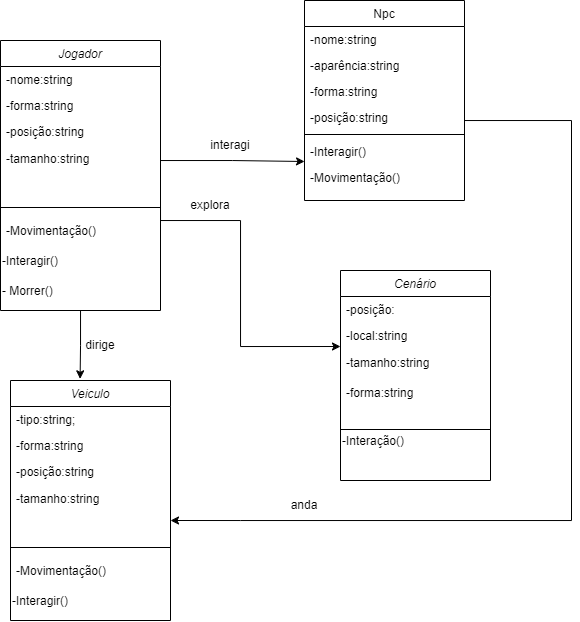
Earlier version of the draw.io export diagrama musical.drawio.png (lucasnoelgb/2jdprojetomusica). Source tidied: cells renumbered, new cells last; positions are measured from the earlier drawing's top-left corner, leaving out a move shared by most shapes.
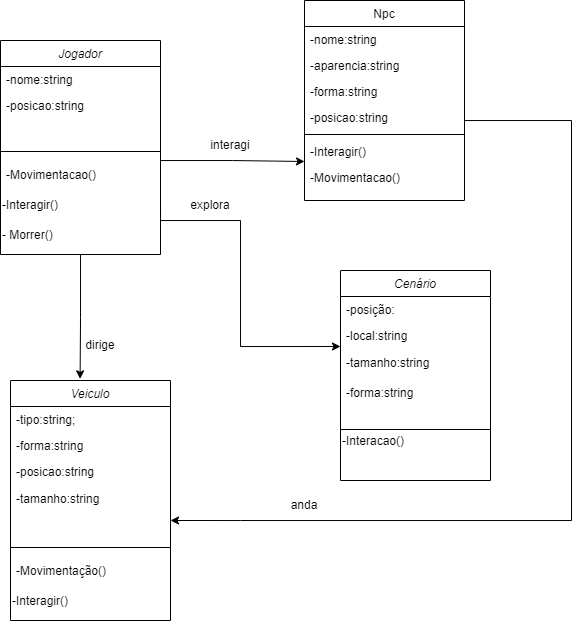
The same diagram one commit later.

Commit message:
arrumando diagrama

Diff of the diagram source:
```diff
@@ -23,31 +23,25 @@
       </mxGeometry>
     </mxCell>
     <mxCell id="4" value="Jogador" style="swimlane;fontStyle=2;align=center;verticalAlign=top;horizontal=1;startSize=26;rounded=0;shadow=0;strokeWidth=1;" parent="1" vertex="1">
-      <mxGeometry y="40" width="160" height="270" as="geometry" />
+      <mxGeometry y="40" width="160" height="214" as="geometry" />
     </mxCell>
     <mxCell id="5" value="-nome:string&#10;" style="text;align=left;verticalAlign=top;spacingLeft=4;spacingRight=4;overflow=hidden;" parent="4" vertex="1">
       <mxGeometry y="26" width="160" height="26" as="geometry" />
     </mxCell>
-    <mxCell id="6" value="-forma:string&#10;" style="text;align=left;verticalAlign=top;spacingLeft=4;spacingRight=4;overflow=hidden;rounded=0;shadow=0;html=0;" parent="4" vertex="1">
-      <mxGeometry y="52" width="160" height="26" as="geometry" />
-    </mxCell>
-    <mxCell id="7" value="-posição:string" style="text;align=left;verticalAlign=top;spacingLeft=4;spacingRight=4;overflow=hidden;rounded=0;shadow=0;html=0;" parent="4" vertex="1">
-      <mxGeometry y="78" width="160" height="26" as="geometry" />
+    <mxCell id="7" value="-posicao:string" style="text;align=left;verticalAlign=top;spacingLeft=4;spacingRight=4;overflow=hidden;rounded=0;shadow=0;html=0;" parent="4" vertex="1">
+      <mxGeometry y="52" width="160" height="26" as="geometry" />
     </mxCell>
-    <mxCell id="8" value="-tamanho:string" style="text;html=1;align=left;verticalAlign=middle;strokeColor=none;fillColor=none;spacingLeft=4;" parent="4" vertex="1">
-      <mxGeometry y="104" width="160" height="30" as="geometry" />
-    </mxCell>
     <mxCell id="9" style="line;html=1;strokeWidth=1;align=left;verticalAlign=middle;spacingTop=-1;spacingLeft=3;spacingRight=3;labelPosition=right;" parent="4" vertex="1">
-      <mxGeometry y="134" width="160" height="66" as="geometry" />
+      <mxGeometry y="78" width="160" height="66" as="geometry" />
     </mxCell>
-    <mxCell id="10" value="-Movimentação()" style="text;align=left;verticalAlign=bottom;spacingLeft=4;spacingRight=4;overflow=hidden;labelPosition=center;verticalLabelPosition=top;" parent="4" vertex="1">
-      <mxGeometry y="200" width="160" height="30" as="geometry" />
+    <mxCell id="10" value="-Movimentacao()" style="text;align=left;verticalAlign=bottom;spacingLeft=4;spacingRight=4;overflow=hidden;labelPosition=center;verticalLabelPosition=top;" parent="4" vertex="1">
+      <mxGeometry y="144" width="160" height="30" as="geometry" />
     </mxCell>
     <mxCell id="11" value="-Interagir()" style="text;html=1;strokeColor=none;fillColor=none;align=left;verticalAlign=bottom;whiteSpace=wrap;rounded=0;labelPosition=center;verticalLabelPosition=top;" parent="4" vertex="1">
-      <mxGeometry y="230" width="160" height="30" as="geometry" />
+      <mxGeometry y="174" width="160" height="30" as="geometry" />
     </mxCell>
     <mxCell id="12" value="- Morrer()" style="text;html=1;strokeColor=none;fillColor=none;align=left;verticalAlign=bottom;whiteSpace=wrap;rounded=0;labelPosition=center;verticalLabelPosition=top;" parent="4" vertex="1">
-      <mxGeometry y="260" width="160" height="10" as="geometry" />
+      <mxGeometry y="204" width="160" height="10" as="geometry" />
     </mxCell>
     <mxCell id="13" value="Npc" style="swimlane;fontStyle=0;align=center;verticalAlign=top;horizontal=1;startSize=26;rounded=0;shadow=0;strokeWidth=1;" parent="1" vertex="1">
       <mxGeometry x="304" width="160" height="200" as="geometry" />
@@ -55,7 +49,7 @@
     <mxCell id="14" value="-nome:string&#10;" style="text;align=left;verticalAlign=top;spacingLeft=4;spacingRight=4;overflow=hidden;" parent="13" vertex="1">
       <mxGeometry y="26" width="160" height="26" as="geometry" />
     </mxCell>
-    <mxCell id="15" value="-aparência:string&#10;" style="text;align=left;verticalAlign=top;spacingLeft=4;spacingRight=4;overflow=hidden;rounded=0;shadow=0;html=0;" parent="13" vertex="1">
+    <mxCell id="15" value="-aparencia:string&#10;" style="text;align=left;verticalAlign=top;spacingLeft=4;spacingRight=4;overflow=hidden;rounded=0;shadow=0;html=0;" parent="13" vertex="1">
       <mxGeometry y="52" width="160" height="26" as="geometry" />
     </mxCell>
     <mxCell id="16" value="-forma:string" style="text;align=left;verticalAlign=top;spacingLeft=4;spacingRight=4;overflow=hidden;rounded=0;shadow=0;html=0;" parent="13" vertex="1">
@@ -71,7 +65,7 @@
         </Array>
       </mxGeometry>
     </mxCell>
-    <mxCell id="18" value="-posição:string" style="text;align=left;verticalAlign=top;spacingLeft=4;spacingRight=4;overflow=hidden;points=[[0,0.5],[1,0.5]];portConstraint=eastwest;rounded=0;shadow=0;html=0;" parent="13" vertex="1">
+    <mxCell id="18" value="-posicao:string" style="text;align=left;verticalAlign=top;spacingLeft=4;spacingRight=4;overflow=hidden;points=[[0,0.5],[1,0.5]];portConstraint=eastwest;rounded=0;shadow=0;html=0;" parent="13" vertex="1">
       <mxGeometry y="104" width="160" height="26" as="geometry" />
     </mxCell>
     <mxCell id="19" style="line;html=1;strokeWidth=1;align=left;verticalAlign=middle;spacingTop=-1;spacingLeft=3;spacingRight=3;labelPosition=right;" parent="13" vertex="1">
@@ -80,7 +74,7 @@
     <mxCell id="20" value="-Interagir()" style="text;align=left;verticalAlign=top;spacingLeft=4;spacingRight=4;overflow=hidden;" parent="13" vertex="1">
       <mxGeometry y="138" width="160" height="26" as="geometry" />
     </mxCell>
-    <mxCell id="21" value="-Movimentação()" style="text;align=left;verticalAlign=top;spacingLeft=4;spacingRight=4;overflow=hidden;" parent="13" vertex="1">
+    <mxCell id="21" value="-Movimentacao()" style="text;align=left;verticalAlign=top;spacingLeft=4;spacingRight=4;overflow=hidden;" parent="13" vertex="1">
       <mxGeometry y="164" width="160" height="26" as="geometry" />
     </mxCell>
     <mxCell id="22" value="Cenário" style="swimlane;fontStyle=2;align=center;verticalAlign=top;horizontal=1;startSize=26;rounded=0;shadow=0;strokeWidth=1;" parent="1" vertex="1">
@@ -104,7 +98,7 @@
     <mxCell id="28" style="line;html=1;strokeWidth=1;align=left;verticalAlign=middle;spacingTop=-1;spacingLeft=3;spacingRight=3;labelPosition=right;" parent="22" vertex="1">
       <mxGeometry y="138" width="150" height="42" as="geometry" />
     </mxCell>
-    <mxCell id="29" value="-Interação()" style="text;html=1;strokeColor=none;fillColor=none;align=left;verticalAlign=bottom;whiteSpace=wrap;rounded=0;horizontal=1;labelPosition=center;verticalLabelPosition=top;" parent="22" vertex="1">
+    <mxCell id="29" value="-Interacao()" style="text;html=1;strokeColor=none;fillColor=none;align=left;verticalAlign=bottom;whiteSpace=wrap;rounded=0;horizontal=1;labelPosition=center;verticalLabelPosition=top;" parent="22" vertex="1">
       <mxGeometry y="180" width="150" height="30" as="geometry" />
     </mxCell>
     <mxCell id="30" value="Veiculo" style="swimlane;fontStyle=2;align=center;verticalAlign=top;horizontal=1;startSize=26;rounded=0;shadow=0;strokeWidth=1;" parent="1" vertex="1">
@@ -116,7 +110,7 @@
     <mxCell id="32" value="-forma:string&#10;" style="text;align=left;verticalAlign=top;spacingLeft=4;spacingRight=4;overflow=hidden;rounded=0;shadow=0;html=0;" parent="30" vertex="1">
       <mxGeometry y="52" width="160" height="26" as="geometry" />
     </mxCell>
-    <mxCell id="33" value="-posição:string" style="text;align=left;verticalAlign=top;spacingLeft=4;spacingRight=4;overflow=hidden;rounded=0;shadow=0;html=0;" parent="30" vertex="1">
+    <mxCell id="33" value="-posicao:string" style="text;align=left;verticalAlign=top;spacingLeft=4;spacingRight=4;overflow=hidden;rounded=0;shadow=0;html=0;" parent="30" vertex="1">
       <mxGeometry y="78" width="160" height="26" as="geometry" />
     </mxCell>
     <mxCell id="34" value="-tamanho:string" style="text;html=1;align=left;verticalAlign=middle;strokeColor=none;fillColor=none;spacingLeft=4;" parent="30" vertex="1">
```
